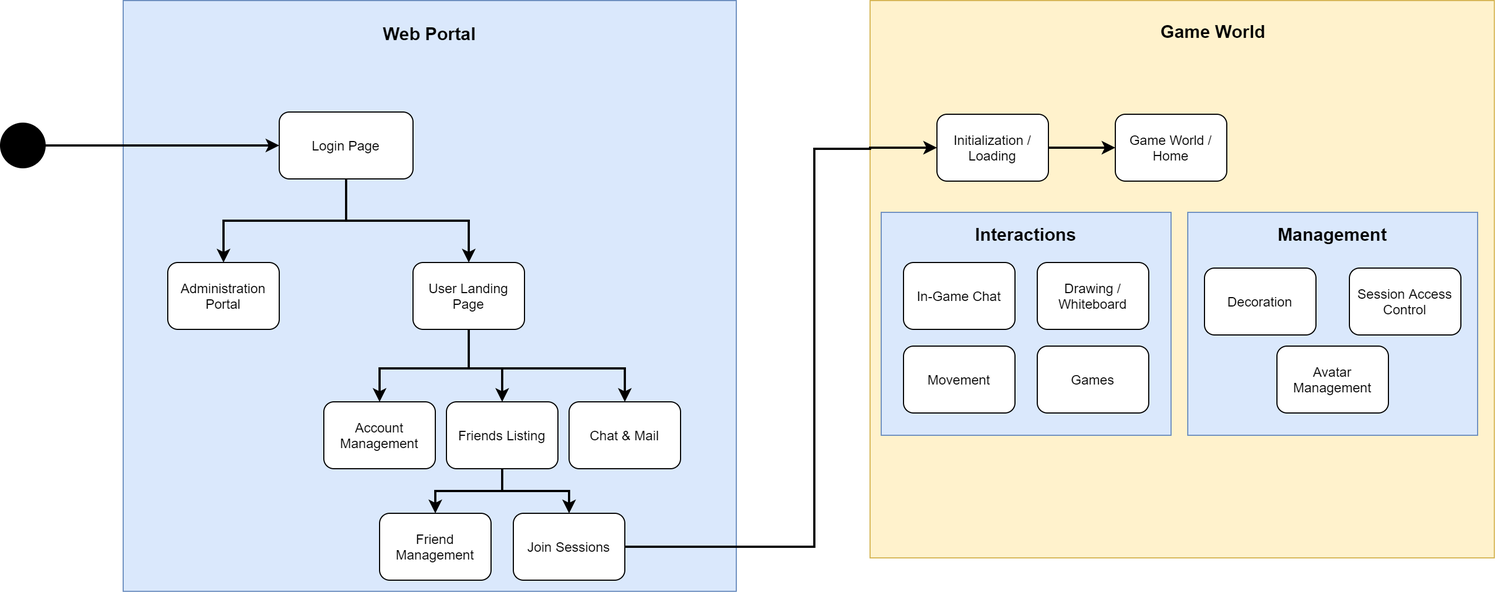
The draw.io diagram wiki-assets/feature-map.png in sharpstorm/pekoland, before a commit. Source tidied: cells renumbered, new cells last; positions are measured from the earlier drawing's top-left corner, leaving out a move shared by most shapes.
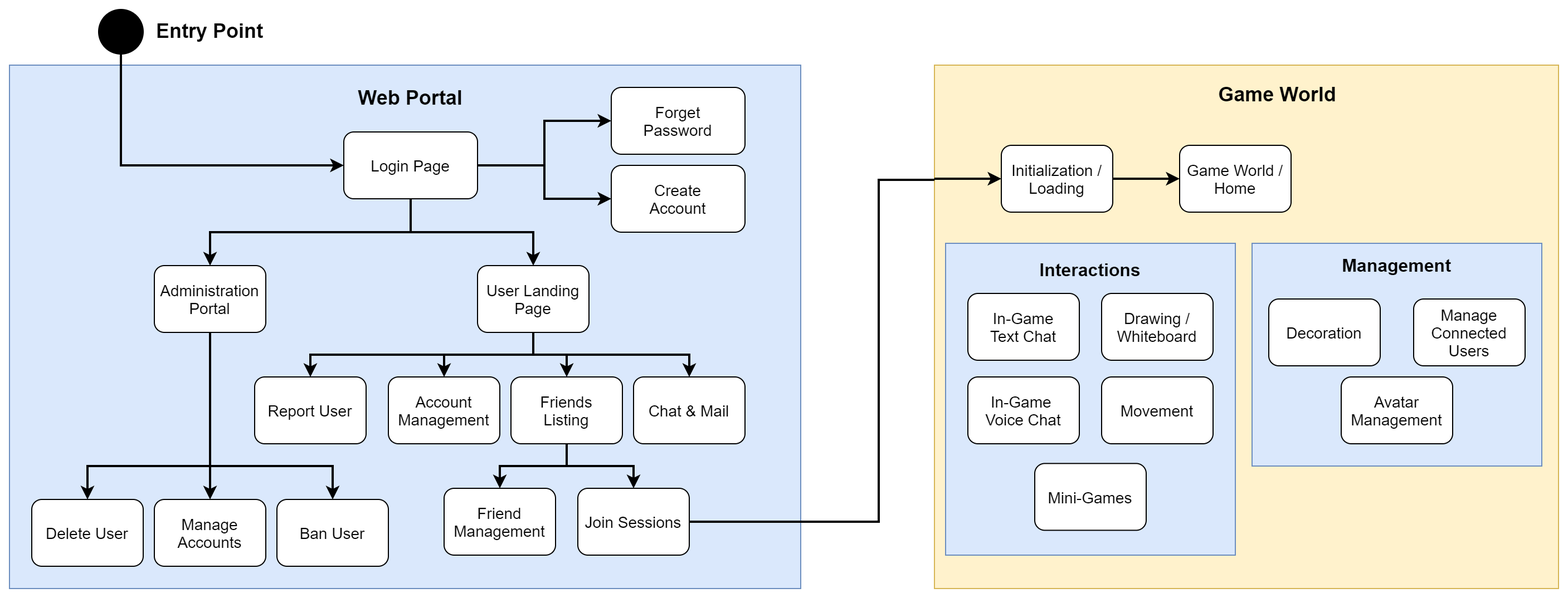
Above is the later version.

Diff of the diagram source:
```diff
@@ -3,23 +3,29 @@
     <mxCell id="0" />
     <mxCell id="1" parent="0" />
     <mxCell id="2" style="group;" parent="1" vertex="1">
-      <mxGeometry x="780" width="560" height="500" as="geometry" />
+      <mxGeometry x="780" y="30" width="560" height="470" as="geometry" />
     </mxCell>
     <mxCell id="3" style="rounded=0;whiteSpace=wrap;html=1;fillColor=#fff2cc;strokeColor=#d6b656;" parent="2" vertex="1">
-      <mxGeometry width="560" height="500" as="geometry" />
+      <mxGeometry width="560" height="470" as="geometry" />
     </mxCell>
-    <mxCell id="4" value="&lt;b&gt;&lt;font style=&quot;font-size: 16px&quot;&gt;Game World&lt;/font&gt;&lt;/b&gt;" style="text;html=1;strokeColor=none;fillColor=none;align=center;verticalAlign=middle;whiteSpace=wrap;rounded=0;" parent="2" vertex="1">
-      <mxGeometry x="210" y="18.9" width="196" height="18.9" as="geometry" />
+    <mxCell id="4" value="&lt;b&gt;&lt;font style=&quot;font-size: 18px&quot;&gt;Game World&lt;/font&gt;&lt;/b&gt;" style="text;html=1;strokeColor=none;fillColor=none;align=center;verticalAlign=middle;whiteSpace=wrap;rounded=0;" parent="2" vertex="1">
+      <mxGeometry x="210" y="17.7" width="196" height="17.7" as="geometry" />
     </mxCell>
     <mxCell id="5" style="group;" parent="1" vertex="1">
-      <mxGeometry x="790" y="190" width="260" height="200" as="geometry" />
+      <mxGeometry x="790" y="190" width="260" height="280" as="geometry" />
     </mxCell>
     <mxCell id="6" style="rounded=0;whiteSpace=wrap;html=1;strokeColor=#6c8ebf;fillColor=#dae8fc;" parent="5" vertex="1">
-      <mxGeometry width="260" height="200" as="geometry" />
+      <mxGeometry width="260" height="280" as="geometry" />
     </mxCell>
     <mxCell id="7" value="&lt;b&gt;&lt;font style=&quot;font-size: 16px&quot;&gt;Interactions&lt;/font&gt;&lt;/b&gt;" style="text;html=1;strokeColor=none;fillColor=none;align=center;verticalAlign=middle;whiteSpace=wrap;rounded=0;" parent="5" vertex="1">
-      <mxGeometry x="60" y="10" width="140" height="20" as="geometry" />
+      <mxGeometry x="60" y="10" width="140" height="28" as="geometry" />
     </mxCell>
+    <mxCell id="34" value="&lt;font style=&quot;font-size: 14px&quot;&gt;Mini-Games&lt;/font&gt;" style="rounded=1;whiteSpace=wrap;html=1;strokeColor=#000000;fillColor=#FFFFFF;" parent="5" vertex="1">
+      <mxGeometry x="80" y="197.7" width="100" height="60" as="geometry" />
+    </mxCell>
+    <mxCell id="42" value="&lt;font style=&quot;font-size: 14px&quot;&gt;Movement&lt;/font&gt;" style="rounded=1;whiteSpace=wrap;html=1;strokeColor=#000000;fillColor=#FFFFFF;" parent="5" vertex="1">
+      <mxGeometry x="140" y="120" width="100" height="60" as="geometry" />
+    </mxCell>
     <mxCell id="8" style="edgeStyle=orthogonalEdgeStyle;rounded=0;jettySize=auto;html=1;entryX=0;entryY=0.5;entryDx=0;entryDy=0;strokeWidth=2;" parent="1" edge="1" target="30">
       <mxGeometry relative="1" as="geometry">
         <mxPoint x="780" y="132" as="sourcePoint" />
@@ -29,16 +35,20 @@
       </mxGeometry>
     </mxCell>
     <mxCell id="9" style="rounded=0;whiteSpace=wrap;html=1;fillColor=#dae8fc;strokeColor=#6c8ebf;" parent="1" vertex="1">
-      <mxGeometry x="110" width="550" height="530" as="geometry" />
+      <mxGeometry x="-50" y="30" width="710" height="470" as="geometry" />
     </mxCell>
-    <mxCell id="10" value="&lt;b&gt;&lt;font style=&quot;font-size: 16px&quot;&gt;Web Portal&lt;/font&gt;&lt;/b&gt;" style="text;html=1;strokeColor=none;fillColor=none;align=center;verticalAlign=middle;whiteSpace=wrap;rounded=0;" parent="1" vertex="1">
-      <mxGeometry x="315" y="20" width="140" height="20" as="geometry" />
+    <mxCell id="10" value="&lt;b&gt;&lt;font style=&quot;font-size: 18px&quot;&gt;Web Portal&lt;/font&gt;&lt;/b&gt;" style="text;html=1;strokeColor=none;fillColor=none;align=center;verticalAlign=middle;whiteSpace=wrap;rounded=0;" parent="1" vertex="1">
+      <mxGeometry x="240" y="50" width="140" height="20" as="geometry" />
     </mxCell>
-    <mxCell id="11" style="edgeStyle=orthogonalEdgeStyle;rounded=0;jettySize=auto;html=1;exitX=1;exitY=0.5;exitDx=0;exitDy=0;strokeWidth=2;" parent="1" edge="1" source="12" target="15">
-      <mxGeometry relative="1" as="geometry" />
+    <mxCell id="11" style="edgeStyle=orthogonalEdgeStyle;rounded=0;jettySize=auto;html=1;exitX=0.5;exitY=1;exitDx=0;exitDy=0;strokeWidth=2;entryX=0;entryY=0.5;entryDx=0;entryDy=0;" parent="1" edge="1" source="12" target="15">
+      <mxGeometry relative="1" as="geometry">
+        <Array as="points">
+          <mxPoint x="50" y="120" />
+        </Array>
+      </mxGeometry>
     </mxCell>
     <mxCell id="12" style="ellipse;whiteSpace=wrap;html=1;fillColor=#000000;" parent="1" vertex="1">
-      <mxGeometry y="110" width="40" height="40" as="geometry" />
+      <mxGeometry x="30" y="-20" width="40" height="40" as="geometry" />
     </mxCell>
     <mxCell id="13" style="edgeStyle=orthogonalEdgeStyle;rounded=0;jettySize=auto;html=1;exitX=0.5;exitY=1;exitDx=0;exitDy=0;strokeWidth=2;" parent="1" edge="1" source="15" target="19">
       <mxGeometry relative="1" as="geometry" />
@@ -46,44 +56,77 @@
     <mxCell id="14" style="edgeStyle=orthogonalEdgeStyle;rounded=0;jettySize=auto;html=1;exitX=0.5;exitY=1;exitDx=0;exitDy=0;entryX=0.5;entryY=0;entryDx=0;entryDy=0;strokeWidth=2;" parent="1" edge="1" source="15" target="20">
       <mxGeometry relative="1" as="geometry" />
     </mxCell>
+    <mxCell id="43" style="edgeStyle=orthogonalEdgeStyle;rounded=0;jettySize=auto;html=1;exitX=1;exitY=0.5;exitDx=0;exitDy=0;strokeWidth=2;" parent="1" edge="1" source="15" target="49">
+      <mxGeometry relative="1" as="geometry" />
+    </mxCell>
+    <mxCell id="44" style="edgeStyle=orthogonalEdgeStyle;rounded=0;jettySize=auto;html=1;exitX=1;exitY=0.5;exitDx=0;exitDy=0;entryX=0;entryY=0.5;entryDx=0;entryDy=0;strokeWidth=2;" parent="1" edge="1" source="15" target="50">
+      <mxGeometry relative="1" as="geometry" />
+    </mxCell>
-    <mxCell id="15" value="Login Page" style="rounded=1;whiteSpace=wrap;html=1;strokeColor=#000000;fillColor=#FFFFFF;" parent="1" vertex="1">
-      <mxGeometry x="250" y="100" width="120" height="60" as="geometry" />
+    <mxCell id="15" value="&lt;font style=&quot;font-size: 14px&quot;&gt;Login Page&lt;/font&gt;" style="rounded=1;whiteSpace=wrap;html=1;strokeColor=#000000;fillColor=#FFFFFF;" parent="1" vertex="1">
+      <mxGeometry x="250" y="90" width="120" height="60" as="geometry" />
     </mxCell>
     <mxCell id="16" style="edgeStyle=orthogonalEdgeStyle;rounded=0;jettySize=auto;html=1;exitX=0.5;exitY=1;exitDx=0;exitDy=0;strokeWidth=2;" parent="1" edge="1" source="19" target="22">
       <mxGeometry relative="1" as="geometry">
         <Array as="points">
-          <mxPoint x="420" y="330" />
-          <mxPoint x="560" y="330" />
+          <mxPoint x="420" y="290" />
+          <mxPoint x="560" y="290" />
         </Array>
       </mxGeometry>
     </mxCell>
     <mxCell id="17" style="edgeStyle=orthogonalEdgeStyle;rounded=0;jettySize=auto;html=1;exitX=0.5;exitY=1;exitDx=0;exitDy=0;entryX=0.5;entryY=0;entryDx=0;entryDy=0;strokeWidth=2;" parent="1" edge="1" source="19" target="25">
       <mxGeometry relative="1" as="geometry">
         <Array as="points">
-          <mxPoint x="420" y="330" />
-          <mxPoint x="450" y="330" />
+          <mxPoint x="420" y="290" />
+          <mxPoint x="450" y="290" />
         </Array>
       </mxGeometry>
     </mxCell>
     <mxCell id="18" style="edgeStyle=orthogonalEdgeStyle;rounded=0;jettySize=auto;html=1;exitX=0.5;exitY=1;exitDx=0;exitDy=0;entryX=0.5;entryY=0;entryDx=0;entryDy=0;strokeWidth=2;" parent="1" edge="1" source="19" target="21">
       <mxGeometry relative="1" as="geometry">
         <Array as="points">
-          <mxPoint x="420" y="330" />
-          <mxPoint x="340" y="330" />
+          <mxPoint x="420" y="290" />
+          <mxPoint x="340" y="290" />
         </Array>
       </mxGeometry>
     </mxCell>
+    <mxCell id="45" style="edgeStyle=orthogonalEdgeStyle;rounded=0;jettySize=auto;html=1;exitX=0.5;exitY=1;exitDx=0;exitDy=0;entryX=0.5;entryY=0;entryDx=0;entryDy=0;strokeWidth=2;" parent="1" edge="1" source="19" target="51">
+      <mxGeometry relative="1" as="geometry" />
+    </mxCell>
-    <mxCell id="19" value="User Landing Page" style="rounded=1;whiteSpace=wrap;html=1;strokeColor=#000000;fillColor=#FFFFFF;" parent="1" vertex="1">
-      <mxGeometry x="370" y="235" width="100" height="60" as="geometry" />
+    <mxCell id="19" value="&lt;font style=&quot;font-size: 14px&quot;&gt;User Landing Page&lt;/font&gt;" style="rounded=1;whiteSpace=wrap;html=1;strokeColor=#000000;fillColor=#FFFFFF;" parent="1" vertex="1">
+      <mxGeometry x="370" y="210" width="100" height="60" as="geometry" />
     </mxCell>
+    <mxCell id="46" style="edgeStyle=orthogonalEdgeStyle;rounded=0;jettySize=auto;html=1;exitX=0.5;exitY=1;exitDx=0;exitDy=0;strokeWidth=2;entryX=0.5;entryY=0;entryDx=0;entryDy=0;" parent="1" edge="1" source="20" target="54">
+      <mxGeometry relative="1" as="geometry">
+        <Array as="points">
+          <mxPoint x="130" y="390" />
+          <mxPoint x="20" y="390" />
+        </Array>
+      </mxGeometry>
+    </mxCell>
+    <mxCell id="47" style="edgeStyle=orthogonalEdgeStyle;rounded=0;jettySize=auto;html=1;exitX=0.5;exitY=1;exitDx=0;exitDy=0;strokeWidth=2;entryX=0.5;entryY=0;entryDx=0;entryDy=0;" parent="1" edge="1" source="20" target="53">
+      <mxGeometry relative="1" as="geometry">
+        <Array as="points">
+          <mxPoint x="130" y="330" />
+          <mxPoint x="130" y="330" />
+        </Array>
+      </mxGeometry>
+    </mxCell>
+    <mxCell id="48" style="edgeStyle=orthogonalEdgeStyle;rounded=0;jettySize=auto;html=1;exitX=0.5;exitY=1;exitDx=0;exitDy=0;entryX=0.5;entryY=0;entryDx=0;entryDy=0;strokeWidth=2;" parent="1" edge="1" source="20" target="52">
+      <mxGeometry relative="1" as="geometry">
+        <Array as="points">
+          <mxPoint x="130" y="390" />
+          <mxPoint x="240" y="390" />
+        </Array>
+      </mxGeometry>
+    </mxCell>
-    <mxCell id="20" value="Administration Portal" style="rounded=1;whiteSpace=wrap;html=1;strokeColor=#000000;fillColor=#FFFFFF;" parent="1" vertex="1">
-      <mxGeometry x="150" y="235" width="100" height="60" as="geometry" />
+    <mxCell id="20" value="&lt;font style=&quot;font-size: 14px&quot;&gt;Administration Portal&lt;/font&gt;" style="rounded=1;whiteSpace=wrap;html=1;strokeColor=#000000;fillColor=#FFFFFF;" parent="1" vertex="1">
+      <mxGeometry x="80" y="210" width="100" height="60" as="geometry" />
     </mxCell>
-    <mxCell id="21" value="Account Management" style="rounded=1;whiteSpace=wrap;html=1;strokeColor=#000000;fillColor=#FFFFFF;" parent="1" vertex="1">
-      <mxGeometry x="290" y="360" width="100" height="60" as="geometry" />
+    <mxCell id="21" value="&lt;font style=&quot;font-size: 14px&quot;&gt;Account Management&lt;/font&gt;" style="rounded=1;whiteSpace=wrap;html=1;strokeColor=#000000;fillColor=#FFFFFF;" parent="1" vertex="1">
+      <mxGeometry x="290" y="310" width="100" height="60" as="geometry" />
     </mxCell>
-    <mxCell id="22" value="Chat &amp;amp; Mail" style="rounded=1;whiteSpace=wrap;html=1;strokeColor=#000000;fillColor=#FFFFFF;" parent="1" vertex="1">
-      <mxGeometry x="510" y="360" width="100" height="60" as="geometry" />
+    <mxCell id="22" value="&lt;font style=&quot;font-size: 14px&quot;&gt;Chat &amp;amp; Mail&lt;/font&gt;" style="rounded=1;whiteSpace=wrap;html=1;strokeColor=#000000;fillColor=#FFFFFF;" parent="1" vertex="1">
+      <mxGeometry x="510" y="310" width="100" height="60" as="geometry" />
     </mxCell>
     <mxCell id="23" style="edgeStyle=orthogonalEdgeStyle;rounded=0;jettySize=auto;html=1;exitX=0.5;exitY=1;exitDx=0;exitDy=0;entryX=0.5;entryY=0;entryDx=0;entryDy=0;strokeWidth=2;" parent="1" edge="1" source="25" target="26">
       <mxGeometry relative="1" as="geometry" />
@@ -91,43 +134,40 @@
     <mxCell id="24" style="edgeStyle=orthogonalEdgeStyle;rounded=0;jettySize=auto;html=1;exitX=0.5;exitY=1;exitDx=0;exitDy=0;entryX=0.5;entryY=0;entryDx=0;entryDy=0;strokeWidth=2;" parent="1" edge="1" source="25" target="28">
       <mxGeometry relative="1" as="geometry" />
     </mxCell>
-    <mxCell id="25" value="Friends Listing" style="rounded=1;whiteSpace=wrap;html=1;strokeColor=#000000;fillColor=#FFFFFF;" parent="1" vertex="1">
-      <mxGeometry x="400" y="360" width="100" height="60" as="geometry" />
+    <mxCell id="25" value="&lt;font style=&quot;font-size: 14px&quot;&gt;Friends&lt;br&gt;Listing&lt;/font&gt;" style="rounded=1;whiteSpace=wrap;html=1;strokeColor=#000000;fillColor=#FFFFFF;" parent="1" vertex="1">
+      <mxGeometry x="400" y="310" width="100" height="60" as="geometry" />
     </mxCell>
-    <mxCell id="26" value="Friend Management" style="rounded=1;whiteSpace=wrap;html=1;strokeColor=#000000;fillColor=#FFFFFF;" parent="1" vertex="1">
-      <mxGeometry x="340" y="460" width="100" height="60" as="geometry" />
+    <mxCell id="26" value="&lt;font style=&quot;font-size: 14px&quot;&gt;Friend Management&lt;/font&gt;" style="rounded=1;whiteSpace=wrap;html=1;strokeColor=#000000;fillColor=#FFFFFF;" parent="1" vertex="1">
+      <mxGeometry x="340" y="410" width="100" height="60" as="geometry" />
     </mxCell>
-    <mxCell id="27" style="edgeStyle=orthogonalEdgeStyle;rounded=0;jettySize=auto;html=1;exitX=1;exitY=0.5;exitDx=0;exitDy=0;strokeWidth=2;endArrow=none;endFill=0;entryX=0;entryY=0.262;entryDx=0;entryDy=0;entryPerimeter=0;" parent="1" edge="1" source="28" target="3">
+    <mxCell id="27" style="edgeStyle=orthogonalEdgeStyle;rounded=0;jettySize=auto;html=1;strokeWidth=2;endArrow=none;endFill=0;exitX=1;exitY=0.5;exitDx=0;exitDy=0;" parent="1" edge="1" source="28">
       <mxGeometry relative="1" as="geometry">
+        <mxPoint x="780" y="133" as="targetPoint" />
         <Array as="points">
-          <mxPoint x="730" y="490" />
+          <mxPoint x="730" y="440" />
           <mxPoint x="730" y="133" />
-          <mxPoint x="780" y="133" />
         </Array>
       </mxGeometry>
     </mxCell>
-    <mxCell id="28" value="Join Sessions" style="rounded=1;whiteSpace=wrap;html=1;strokeColor=#000000;fillColor=#FFFFFF;" parent="1" vertex="1">
-      <mxGeometry x="460" y="460" width="100" height="60" as="geometry" />
+    <mxCell id="28" value="&lt;font style=&quot;font-size: 14px&quot;&gt;Join Sessions&lt;/font&gt;" style="rounded=1;whiteSpace=wrap;html=1;strokeColor=#000000;fillColor=#FFFFFF;" parent="1" vertex="1">
+      <mxGeometry x="460" y="410" width="100" height="60" as="geometry" />
     </mxCell>
     <mxCell id="29" style="edgeStyle=orthogonalEdgeStyle;rounded=0;jettySize=auto;html=1;exitX=1;exitY=0.5;exitDx=0;exitDy=0;entryX=0;entryY=0.5;entryDx=0;entryDy=0;endArrow=classic;endFill=1;strokeWidth=2;" parent="1" edge="1" source="30" target="31">
       <mxGeometry relative="1" as="geometry" />
     </mxCell>
-    <mxCell id="30" value="Initialization / Loading" style="rounded=1;whiteSpace=wrap;html=1;strokeColor=#000000;fillColor=#FFFFFF;" parent="1" vertex="1">
+    <mxCell id="30" value="&lt;font style=&quot;font-size: 14px&quot;&gt;Initialization / Loading&lt;/font&gt;" style="rounded=1;whiteSpace=wrap;html=1;strokeColor=#000000;fillColor=#FFFFFF;" parent="1" vertex="1">
       <mxGeometry x="840" y="102" width="100" height="60" as="geometry" />
     </mxCell>
-    <mxCell id="31" value="Game World / Home" style="rounded=1;whiteSpace=wrap;html=1;strokeColor=#000000;fillColor=#FFFFFF;" parent="1" vertex="1">
+    <mxCell id="31" value="&lt;font style=&quot;font-size: 14px&quot;&gt;Game World / Home&lt;/font&gt;" style="rounded=1;whiteSpace=wrap;html=1;strokeColor=#000000;fillColor=#FFFFFF;" parent="1" vertex="1">
       <mxGeometry x="1000" y="102" width="100" height="60" as="geometry" />
     </mxCell>
-    <mxCell id="32" value="In-Game Chat" style="rounded=1;whiteSpace=wrap;html=1;strokeColor=#000000;fillColor=#FFFFFF;" parent="1" vertex="1">
+    <mxCell id="32" value="&lt;font style=&quot;font-size: 14px&quot;&gt;In-Game&lt;br&gt;Text Chat&lt;/font&gt;" style="rounded=1;whiteSpace=wrap;html=1;strokeColor=#000000;fillColor=#FFFFFF;" parent="1" vertex="1">
       <mxGeometry x="810" y="235" width="100" height="60" as="geometry" />
     </mxCell>
-    <mxCell id="33" value="Drawing / Whiteboard" style="rounded=1;whiteSpace=wrap;html=1;strokeColor=#000000;fillColor=#FFFFFF;" parent="1" vertex="1">
+    <mxCell id="33" value="&lt;font style=&quot;font-size: 14px&quot;&gt;Drawing / Whiteboard&lt;/font&gt;" style="rounded=1;whiteSpace=wrap;html=1;strokeColor=#000000;fillColor=#FFFFFF;" parent="1" vertex="1">
       <mxGeometry x="930" y="235" width="100" height="60" as="geometry" />
     </mxCell>
-    <mxCell id="34" value="Games" style="rounded=1;whiteSpace=wrap;html=1;strokeColor=#000000;fillColor=#FFFFFF;" parent="1" vertex="1">
-      <mxGeometry x="930" y="310" width="100" height="60" as="geometry" />
-    </mxCell>
-    <mxCell id="35" value="Movement" style="rounded=1;whiteSpace=wrap;html=1;strokeColor=#000000;fillColor=#FFFFFF;" parent="1" vertex="1">
+    <mxCell id="35" value="&lt;font style=&quot;font-size: 14px&quot;&gt;In-Game &lt;br&gt;Voice Chat&lt;/font&gt;" style="rounded=1;whiteSpace=wrap;html=1;strokeColor=#000000;fillColor=#FFFFFF;" parent="1" vertex="1">
       <mxGeometry x="810" y="310" width="100" height="60" as="geometry" />
     </mxCell>
     <mxCell id="36" style="group;" parent="1" vertex="1">
@@ -139,14 +179,35 @@
     <mxCell id="38" value="&lt;b&gt;&lt;font style=&quot;font-size: 16px&quot;&gt;Management&lt;/font&gt;&lt;/b&gt;" style="text;html=1;strokeColor=none;fillColor=none;align=center;verticalAlign=middle;whiteSpace=wrap;rounded=0;" parent="36" vertex="1">
       <mxGeometry x="60" y="10" width="140" height="20" as="geometry" />
     </mxCell>
-    <mxCell id="39" value="Decoration" style="rounded=1;whiteSpace=wrap;html=1;strokeColor=#000000;fillColor=#FFFFFF;" parent="36" vertex="1">
+    <mxCell id="39" value="&lt;font style=&quot;font-size: 14px&quot;&gt;Decoration&lt;/font&gt;" style="rounded=1;whiteSpace=wrap;html=1;strokeColor=#000000;fillColor=#FFFFFF;" parent="36" vertex="1">
       <mxGeometry x="15" y="50" width="100" height="60" as="geometry" />
     </mxCell>
-    <mxCell id="40" value="Session Access Control" style="rounded=1;whiteSpace=wrap;html=1;strokeColor=#000000;fillColor=#FFFFFF;" parent="36" vertex="1">
+    <mxCell id="40" value="&lt;span style=&quot;font-size: 14px&quot;&gt;Manage Connected Users&lt;/span&gt;" style="rounded=1;whiteSpace=wrap;html=1;strokeColor=#000000;fillColor=#FFFFFF;" parent="36" vertex="1">
       <mxGeometry x="145" y="50" width="100" height="60" as="geometry" />
     </mxCell>
-    <mxCell id="41" value="Avatar Management" style="rounded=1;whiteSpace=wrap;html=1;strokeColor=#000000;fillColor=#FFFFFF;" parent="36" vertex="1">
+    <mxCell id="41" value="&lt;font style=&quot;font-size: 14px&quot;&gt;Avatar Management&lt;/font&gt;" style="rounded=1;whiteSpace=wrap;html=1;strokeColor=#000000;fillColor=#FFFFFF;" parent="36" vertex="1">
       <mxGeometry x="80" y="120" width="100" height="60" as="geometry" />
     </mxCell>
+    <mxCell id="49" value="&lt;font style=&quot;font-size: 14px&quot;&gt;Forget&lt;br&gt;Password&lt;/font&gt;" style="rounded=1;whiteSpace=wrap;html=1;strokeColor=#000000;fillColor=#FFFFFF;" parent="1" vertex="1">
+      <mxGeometry x="490" y="50" width="120" height="60" as="geometry" />
+    </mxCell>
+    <mxCell id="50" value="&lt;span style=&quot;font-size: 14px&quot;&gt;Create&lt;br&gt;Account&lt;/span&gt;" style="rounded=1;whiteSpace=wrap;html=1;strokeColor=#000000;fillColor=#FFFFFF;" parent="1" vertex="1">
+      <mxGeometry x="490" y="120" width="120" height="60" as="geometry" />
+    </mxCell>
+    <mxCell id="51" value="&lt;font style=&quot;font-size: 14px&quot;&gt;Report User&lt;/font&gt;" style="rounded=1;whiteSpace=wrap;html=1;strokeColor=#000000;fillColor=#FFFFFF;" parent="1" vertex="1">
+      <mxGeometry x="170" y="310" width="100" height="60" as="geometry" />
+    </mxCell>
+    <mxCell id="52" value="&lt;font style=&quot;font-size: 14px&quot;&gt;Ban User&lt;/font&gt;" style="rounded=1;whiteSpace=wrap;html=1;strokeColor=#000000;fillColor=#FFFFFF;" parent="1" vertex="1">
+      <mxGeometry x="190" y="420" width="100" height="60" as="geometry" />
+    </mxCell>
+    <mxCell id="53" value="&lt;font style=&quot;font-size: 14px&quot;&gt;Manage Accounts&lt;/font&gt;" style="rounded=1;whiteSpace=wrap;html=1;strokeColor=#000000;fillColor=#FFFFFF;" parent="1" vertex="1">
+      <mxGeometry x="80" y="420" width="100" height="60" as="geometry" />
+    </mxCell>
+    <mxCell id="54" value="&lt;font style=&quot;font-size: 14px&quot;&gt;Delete User&lt;/font&gt;" style="rounded=1;whiteSpace=wrap;html=1;strokeColor=#000000;fillColor=#FFFFFF;" parent="1" vertex="1">
+      <mxGeometry x="-30" y="420" width="100" height="60" as="geometry" />
+    </mxCell>
+    <mxCell id="55" value="&lt;font size=&quot;1&quot;&gt;&lt;b style=&quot;font-size: 18px&quot;&gt;Entry Point&lt;/b&gt;&lt;/font&gt;" style="text;html=1;strokeColor=none;fillColor=none;align=center;verticalAlign=middle;whiteSpace=wrap;rounded=0;" parent="1" vertex="1">
+      <mxGeometry x="70" y="-10" width="120" height="20" as="geometry" />
+    </mxCell>
   </root>
 </mxGraphModel>
```
